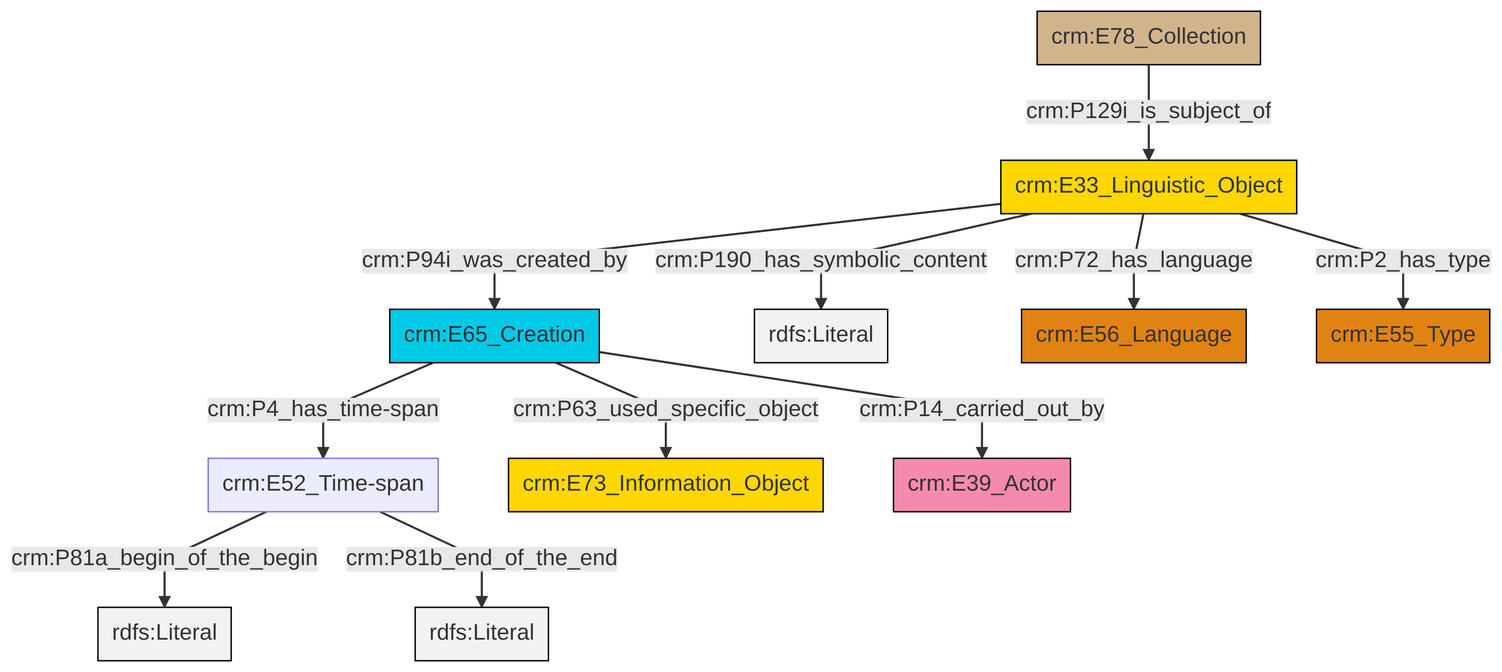
This is et/archivalCSV/ttl/mmd/png/archival_desc.png from swiss-art-research-net/docs.swissartresearch, a Mermaid export, as it was before one commit. Its source is kept beside it as et/archivalCSV/ttl/mmd/archival_desc.ttl.mmd.
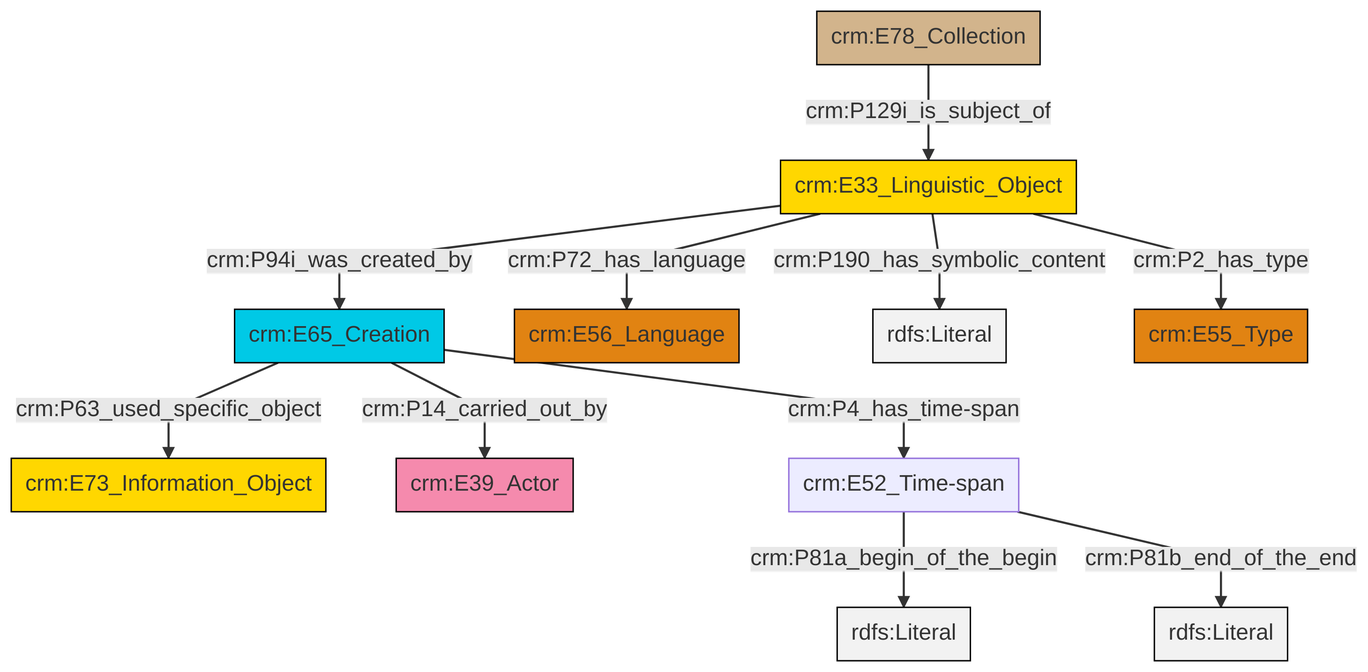
Above is the later version.

What changed in the source:
```diff
@@ -13,13 +13,13 @@
 classDef PC_Classes fill:#4ce600, stroke:#000000;
 classDef Multi fill:#cccccc,stroke:#000000;
 
-0["crm:E33_Linguistic_Object"]:::Conceptual_Object -->|crm:P94i_was_created_by| 1["crm:E65_Creation"]:::Temporal_Entity
-2["crm:E52_Time-span"]:::Default -->|crm:P81a_begin_of_the_begin| 3[rdfs:Literal]:::Literal
-4["crm:E78_Collection"]:::Physical_Thing -->|crm:P129i_is_subject_of| 0["crm:E33_Linguistic_Object"]:::Conceptual_Object
-0["crm:E33_Linguistic_Object"]:::Conceptual_Object -->|crm:P190_has_symbolic_content| 5[rdfs:Literal]:::Literal
-2["crm:E52_Time-span"]:::Default -->|crm:P81b_end_of_the_end| 7[rdfs:Literal]:::Literal
-0["crm:E33_Linguistic_Object"]:::Conceptual_Object -->|crm:P72_has_language| 10["crm:E56_Language"]:::Type
-1["crm:E65_Creation"]:::Temporal_Entity -->|crm:P63_used_specific_object| 8["crm:E73_Information_Object"]:::Conceptual_Object
-1["crm:E65_Creation"]:::Temporal_Entity -->|crm:P4_has_time-span| 2["crm:E52_Time-span"]:::Default
-1["crm:E65_Creation"]:::Temporal_Entity -->|crm:P14_carried_out_by| 12["crm:E39_Actor"]:::Actor
-0["crm:E33_Linguistic_Object"]:::Conceptual_Object -->|crm:P2_has_type| 14["crm:E55_Type"]:::Type
+2["crm:E33_Linguistic_Object"]:::Conceptual_Object -->|crm:P72_has_language| 3["crm:E56_Language"]:::Type
+2["crm:E33_Linguistic_Object"]:::Conceptual_Object -->|crm:P94i_was_created_by| 0["crm:E65_Creation"]:::Temporal_Entity
+8["crm:E78_Collection"]:::Physical_Thing -->|crm:P129i_is_subject_of| 2["crm:E33_Linguistic_Object"]:::Conceptual_Object
+9["crm:E52_Time-span"]:::Default -->|crm:P81a_begin_of_the_begin| 10[rdfs:Literal]:::Literal
+0["crm:E65_Creation"]:::Temporal_Entity -->|crm:P4_has_time-span| 9["crm:E52_Time-span"]:::Default
+2["crm:E33_Linguistic_Object"]:::Conceptual_Object -->|crm:P190_has_symbolic_content| 13[rdfs:Literal]:::Literal
+0["crm:E65_Creation"]:::Temporal_Entity -->|crm:P63_used_specific_object| 4["crm:E73_Information_Object"]:::Conceptual_Object
+9["crm:E52_Time-span"]:::Default -->|crm:P81b_end_of_the_end| 14[rdfs:Literal]:::Literal
+2["crm:E33_Linguistic_Object"]:::Conceptual_Object -->|crm:P2_has_type| 17["crm:E55_Type"]:::Type
+0["crm:E65_Creation"]:::Temporal_Entity -->|crm:P14_carried_out_by| 6["crm:E39_Actor"]:::Actor
```
